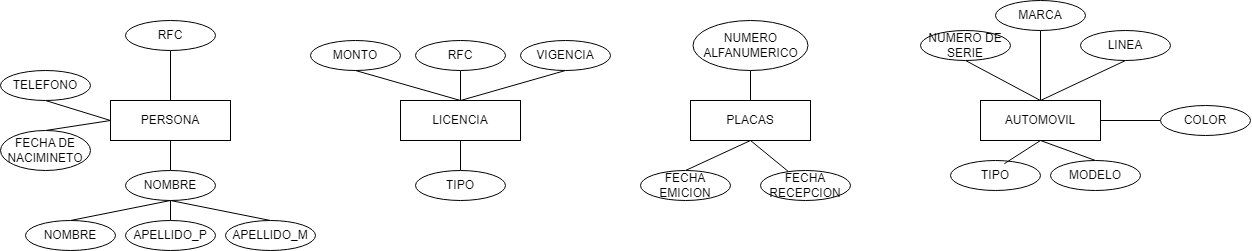
Melle23/Proyecto-BDA keeps this draw.io diagram as Diagramas/AgenciaFiscal.drawio.png. Above is the earlier version. Source tidied: cells renumbered, new cells last; positions are measured from the earlier drawing's top-left corner, leaving out a move shared by most shapes.
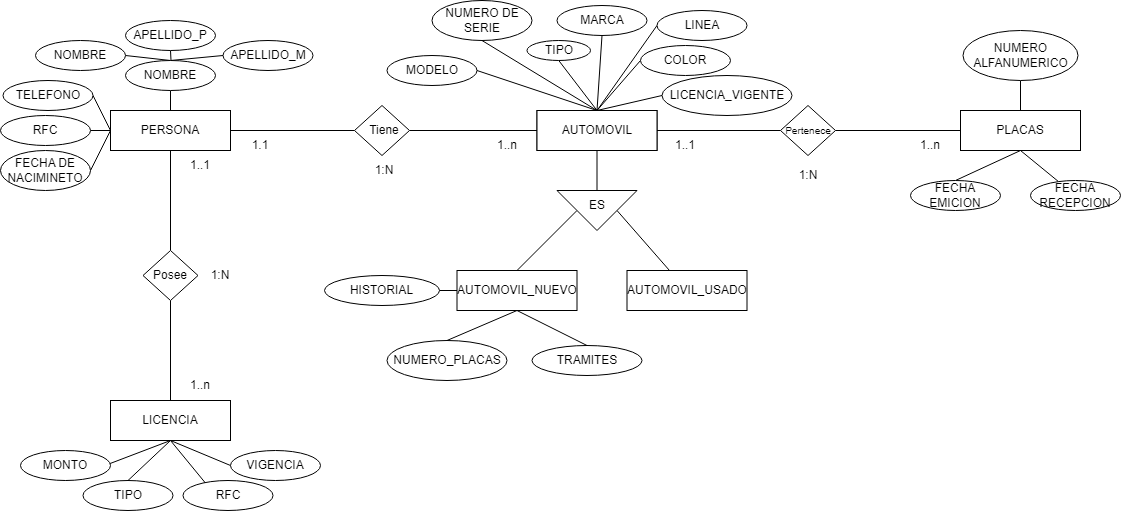
After the change.

Change to the diagram source:
```diff
@@ -7,12 +7,18 @@
     </mxCell>
-    <mxCell id="3" style="edgeStyle=orthogonalEdgeStyle;rounded=0;jettySize=auto;html=1;exitX=0.5;exitY=0;exitDx=0;exitDy=0;startArrow=none;startFill=0;endArrow=none;endFill=0;" parent="1" edge="1" source="5" target="14">
+    <mxCell id="3" style="rounded=0;jettySize=auto;html=1;exitX=0;exitY=0.5;exitDx=0;exitDy=0;startArrow=none;startFill=0;endArrow=none;endFill=0;" parent="1" edge="1" source="5" target="14">
       <mxGeometry relative="1" as="geometry" />
     </mxCell>
-    <mxCell id="4" style="rounded=0;jettySize=auto;html=1;exitX=0;exitY=0.5;exitDx=0;exitDy=0;entryX=0.5;entryY=1;entryDx=0;entryDy=0;startArrow=none;startFill=0;endArrow=none;endFill=0;" parent="1" edge="1" source="5" target="25">
+    <mxCell id="4" style="rounded=0;jettySize=auto;html=1;exitX=0;exitY=0.5;exitDx=0;exitDy=0;entryX=1;entryY=0.5;entryDx=0;entryDy=0;startArrow=none;startFill=0;endArrow=none;endFill=0;" parent="1" edge="1" source="5" target="25">
       <mxGeometry relative="1" as="geometry" />
     </mxCell>
+    <mxCell id="47" style="rounded=0;jettySize=auto;html=1;exitX=0.5;exitY=1;exitDx=0;exitDy=0;entryX=0.5;entryY=0;entryDx=0;entryDy=0;endArrow=none;endFill=0;" parent="1" edge="1" source="5" target="74">
+      <mxGeometry relative="1" as="geometry" />
+    </mxCell>
+    <mxCell id="48" style="rounded=0;jettySize=auto;html=1;exitX=1;exitY=0.5;exitDx=0;exitDy=0;endArrow=none;endFill=0;" parent="1" edge="1" source="5" target="76">
+      <mxGeometry relative="1" as="geometry" />
+    </mxCell>
     <mxCell id="5" value="PERSONA" style="rounded=0;whiteSpace=wrap;html=1;" parent="1" vertex="1">
-      <mxGeometry x="110" y="100" width="120" height="40" as="geometry" />
+      <mxGeometry x="220" y="110" width="120" height="40" as="geometry" />
     </mxCell>
-    <mxCell id="6" style="edgeStyle=orthogonalEdgeStyle;rounded=0;jettySize=auto;html=1;exitX=0.5;exitY=1;exitDx=0;exitDy=0;entryX=0.5;entryY=0;entryDx=0;entryDy=0;endArrow=none;endFill=0;" parent="1" edge="1" source="7" target="28">
+    <mxCell id="6" style="rounded=0;jettySize=auto;html=1;exitX=0.5;exitY=1;exitDx=0;exitDy=0;entryX=0.5;entryY=0;entryDx=0;entryDy=0;endArrow=none;endFill=0;" parent="1" edge="1" source="7" target="28">
       <mxGeometry relative="1" as="geometry" />
@@ -20,3 +26,3 @@
     <mxCell id="7" value="LICENCIA" style="rounded=0;whiteSpace=wrap;html=1;" parent="1" vertex="1">
-      <mxGeometry x="400" y="100" width="120" height="40" as="geometry" />
+      <mxGeometry x="220" y="400" width="120" height="40" as="geometry" />
     </mxCell>
@@ -29,45 +35,42 @@
     <mxCell id="10" value="PLACAS" style="rounded=0;whiteSpace=wrap;html=1;" parent="1" vertex="1">
-      <mxGeometry x="690" y="100" width="120" height="40" as="geometry" />
+      <mxGeometry x="1070" y="110" width="120" height="40" as="geometry" />
     </mxCell>
-    <mxCell id="11" style="rounded=0;jettySize=auto;html=1;exitX=1;exitY=0.5;exitDx=0;exitDy=0;entryX=0;entryY=0.5;entryDx=0;entryDy=0;endArrow=none;endFill=0;" parent="1" edge="1" source="13" target="43">
-      <mxGeometry relative="1" as="geometry" />
-    </mxCell>
-    <mxCell id="12" style="rounded=0;jettySize=auto;html=1;exitX=0.5;exitY=1;exitDx=0;exitDy=0;entryX=0.5;entryY=0;entryDx=0;entryDy=0;endArrow=none;endFill=0;" parent="1" edge="1" source="13" target="44">
-      <mxGeometry relative="1" as="geometry" />
-    </mxCell>
+    <mxCell id="49" style="edgeStyle=orthogonalEdgeStyle;rounded=0;jettySize=auto;html=1;exitX=0.5;exitY=1;exitDx=0;exitDy=0;entryX=0;entryY=0.5;entryDx=0;entryDy=0;endArrow=none;endFill=0;" parent="1" edge="1" source="13" target="59">
+      <mxGeometry relative="1" as="geometry" />
+    </mxCell>
     <mxCell id="13" value="AUTOMOVIL" style="rounded=0;whiteSpace=wrap;html=1;" parent="1" vertex="1">
-      <mxGeometry x="980" y="100" width="120" height="40" as="geometry" />
+      <mxGeometry x="646.5" y="110" width="120" height="40" as="geometry" />
     </mxCell>
     <mxCell id="14" value="RFC" style="ellipse;whiteSpace=wrap;html=1;" parent="1" vertex="1">
-      <mxGeometry x="125" y="20" width="90" height="30" as="geometry" />
+      <mxGeometry x="110" y="115" width="90" height="30" as="geometry" />
     </mxCell>
-    <mxCell id="15" style="edgeStyle=orthogonalEdgeStyle;rounded=0;jettySize=auto;html=1;exitX=0.5;exitY=0;exitDx=0;exitDy=0;entryX=0.5;entryY=1;entryDx=0;entryDy=0;endArrow=none;endFill=0;" parent="1" edge="1" source="18" target="5">
-      <mxGeometry relative="1" as="geometry" />
-    </mxCell>
-    <mxCell id="16" style="rounded=0;jettySize=auto;html=1;exitX=0.5;exitY=1;exitDx=0;exitDy=0;entryX=0.5;entryY=0;entryDx=0;entryDy=0;endArrow=none;endFill=0;" parent="1" edge="1" source="18" target="19">
+    <mxCell id="16" style="rounded=0;jettySize=auto;html=1;exitX=0.5;exitY=0;exitDx=0;exitDy=0;entryX=1;entryY=0.5;entryDx=0;entryDy=0;endArrow=none;endFill=0;" parent="1" edge="1" source="18" target="19">
       <mxGeometry relative="1" as="geometry" />
     </mxCell>
-    <mxCell id="17" style="rounded=0;jettySize=auto;html=1;exitX=0.5;exitY=1;exitDx=0;exitDy=0;entryX=0.5;entryY=0;entryDx=0;entryDy=0;endArrow=none;endFill=0;" parent="1" edge="1" source="18" target="22">
+    <mxCell id="17" style="rounded=0;jettySize=auto;html=1;exitX=0.5;exitY=0;exitDx=0;exitDy=0;entryX=0;entryY=0.5;entryDx=0;entryDy=0;endArrow=none;endFill=0;" parent="1" edge="1" source="18" target="22">
       <mxGeometry relative="1" as="geometry" />
     </mxCell>
+    <mxCell id="15" style="rounded=0;jettySize=auto;html=1;exitX=0.5;exitY=1;exitDx=0;exitDy=0;entryX=0.5;entryY=0;entryDx=0;entryDy=0;endArrow=none;endFill=0;" parent="1" edge="1" source="18" target="5">
+      <mxGeometry relative="1" as="geometry" />
+    </mxCell>
     <mxCell id="18" value="NOMBRE" style="ellipse;whiteSpace=wrap;html=1;" parent="1" vertex="1">
-      <mxGeometry x="125" y="170" width="90" height="30" as="geometry" />
+      <mxGeometry x="235" y="60" width="90" height="30" as="geometry" />
     </mxCell>
     <mxCell id="19" value="NOMBRE" style="ellipse;whiteSpace=wrap;html=1;" parent="1" vertex="1">
-      <mxGeometry x="25" y="220" width="90" height="30" as="geometry" />
+      <mxGeometry x="145" y="40" width="90" height="30" as="geometry" />
     </mxCell>
-    <mxCell id="20" style="edgeStyle=orthogonalEdgeStyle;rounded=0;jettySize=auto;html=1;exitX=0.5;exitY=0;exitDx=0;exitDy=0;endArrow=none;endFill=0;" parent="1" edge="1" source="21">
-      <mxGeometry relative="1" as="geometry">
-        <mxPoint x="170" y="200" as="targetPoint" />
-      </mxGeometry>
-    </mxCell>
+    <mxCell id="50" style="rounded=0;jettySize=auto;html=1;exitX=0.5;exitY=1;exitDx=0;exitDy=0;endArrow=none;endFill=0;" parent="1" edge="1" source="21">
+      <mxGeometry relative="1" as="geometry">
+        <mxPoint x="280.5" y="60" as="targetPoint" />
+      </mxGeometry>
+    </mxCell>
     <mxCell id="21" value="APELLIDO_P" style="ellipse;whiteSpace=wrap;html=1;" parent="1" vertex="1">
-      <mxGeometry x="125" y="220" width="90" height="30" as="geometry" />
+      <mxGeometry x="235" y="20" width="90" height="30" as="geometry" />
     </mxCell>
     <mxCell id="22" value="APELLIDO_M" style="ellipse;whiteSpace=wrap;html=1;" parent="1" vertex="1">
-      <mxGeometry x="225" y="220" width="90" height="30" as="geometry" />
+      <mxGeometry x="332.5" y="40" width="90" height="30" as="geometry" />
     </mxCell>
-    <mxCell id="23" style="rounded=0;jettySize=auto;html=1;exitX=0.5;exitY=0;exitDx=0;exitDy=0;startArrow=none;startFill=0;endArrow=none;endFill=0;" parent="1" edge="1" source="24">
+    <mxCell id="23" style="rounded=0;jettySize=auto;html=1;exitX=1;exitY=0.5;exitDx=0;exitDy=0;startArrow=none;startFill=0;endArrow=none;endFill=0;" parent="1" edge="1" source="24">
       <mxGeometry relative="1" as="geometry">
-        <mxPoint x="110" y="120" as="targetPoint" />
+        <mxPoint x="220" y="130" as="targetPoint" />
       </mxGeometry>
@@ -75,19 +78,17 @@
     <mxCell id="24" value="FECHA DE NACIMINETO" style="ellipse;whiteSpace=wrap;html=1;" parent="1" vertex="1">
-      <mxGeometry y="130" width="90" height="40" as="geometry" />
+      <mxGeometry x="110" y="150" width="90" height="40" as="geometry" />
     </mxCell>
     <mxCell id="25" value="TELEFONO" style="ellipse;whiteSpace=wrap;html=1;" parent="1" vertex="1">
-      <mxGeometry y="70" width="90" height="30" as="geometry" />
+      <mxGeometry x="112.5" y="80" width="90" height="30" as="geometry" />
     </mxCell>
-    <mxCell id="26" style="rounded=0;jettySize=auto;html=1;exitX=0.5;exitY=1;exitDx=0;exitDy=0;endArrow=none;endFill=0;" parent="1" edge="1" source="27">
-      <mxGeometry relative="1" as="geometry">
-        <mxPoint x="460" y="100" as="targetPoint" />
-      </mxGeometry>
+    <mxCell id="26" style="rounded=0;jettySize=auto;html=1;exitX=0.5;exitY=1;exitDx=0;exitDy=0;endArrow=none;endFill=0;entryX=0.5;entryY=1;entryDx=0;entryDy=0;" parent="1" edge="1" source="27" target="7">
+      <mxGeometry relative="1" as="geometry" />
     </mxCell>
     <mxCell id="27" value="RFC" style="ellipse;whiteSpace=wrap;html=1;" parent="1" vertex="1">
-      <mxGeometry x="415" y="40" width="90" height="30" as="geometry" />
+      <mxGeometry x="292.5" y="480" width="90" height="30" as="geometry" />
     </mxCell>
     <mxCell id="28" value="TIPO" style="ellipse;whiteSpace=wrap;html=1;" parent="1" vertex="1">
-      <mxGeometry x="415" y="170" width="90" height="30" as="geometry" />
+      <mxGeometry x="192.5" y="480" width="90" height="30" as="geometry" />
     </mxCell>
-    <mxCell id="29" style="rounded=0;jettySize=auto;html=1;exitX=0.5;exitY=1;exitDx=0;exitDy=0;entryX=0.5;entryY=0;entryDx=0;entryDy=0;endArrow=none;endFill=0;" parent="1" edge="1" source="30" target="7">
+    <mxCell id="29" style="rounded=0;jettySize=auto;html=1;entryX=0.5;entryY=1;entryDx=0;entryDy=0;endArrow=none;endFill=0;exitX=0;exitY=0.5;exitDx=0;exitDy=0;" parent="1" edge="1" source="30" target="7">
       <mxGeometry relative="1" as="geometry" />
@@ -95,5 +96,5 @@
     <mxCell id="30" value="VIGENCIA" style="ellipse;whiteSpace=wrap;html=1;" parent="1" vertex="1">
-      <mxGeometry x="520" y="40" width="90" height="30" as="geometry" />
+      <mxGeometry x="340" y="450" width="90" height="30" as="geometry" />
     </mxCell>
-    <mxCell id="31" style="rounded=0;jettySize=auto;html=1;exitX=0.5;exitY=1;exitDx=0;exitDy=0;endArrow=none;endFill=0;entryX=0.5;entryY=0;entryDx=0;entryDy=0;" parent="1" edge="1" source="32" target="7">
+    <mxCell id="31" style="rounded=0;jettySize=auto;html=1;exitX=0.5;exitY=1;exitDx=0;exitDy=0;endArrow=none;endFill=0;entryX=0.5;entryY=1;entryDx=0;entryDy=0;" parent="1" edge="1" source="32" target="7">
       <mxGeometry relative="1" as="geometry" />
@@ -101,3 +102,3 @@
     <mxCell id="32" value="MONTO" style="ellipse;whiteSpace=wrap;html=1;" parent="1" vertex="1">
-      <mxGeometry x="310" y="40" width="90" height="30" as="geometry" />
+      <mxGeometry x="130" y="450" width="90" height="30" as="geometry" />
     </mxCell>
@@ -107,44 +108,154 @@
     <mxCell id="34" value="NUMERO ALFANUMERICO" style="ellipse;whiteSpace=wrap;html=1;" parent="1" vertex="1">
-      <mxGeometry x="692.5" y="20" width="115" height="50" as="geometry" />
+      <mxGeometry x="1072.5" y="30" width="115" height="50" as="geometry" />
     </mxCell>
     <mxCell id="35" value="FECHA EMICION" style="ellipse;whiteSpace=wrap;html=1;" parent="1" vertex="1">
-      <mxGeometry x="640" y="170" width="90" height="30" as="geometry" />
+      <mxGeometry x="1020" y="180" width="90" height="30" as="geometry" />
     </mxCell>
     <mxCell id="36" value="FECHA RECEPCION" style="ellipse;whiteSpace=wrap;html=1;" parent="1" vertex="1">
-      <mxGeometry x="760" y="170" width="90" height="30" as="geometry" />
+      <mxGeometry x="1140" y="180" width="90" height="30" as="geometry" />
     </mxCell>
-    <mxCell id="37" style="rounded=0;jettySize=auto;html=1;exitX=0.5;exitY=1;exitDx=0;exitDy=0;entryX=0.5;entryY=0;entryDx=0;entryDy=0;endArrow=none;endFill=0;" parent="1" edge="1" source="38" target="13">
-      <mxGeometry relative="1" as="geometry" />
-    </mxCell>
+    <mxCell id="51" style="rounded=0;jettySize=auto;html=1;exitX=0.5;exitY=1;exitDx=0;exitDy=0;endArrow=none;endFill=0;" parent="1" edge="1" source="38">
+      <mxGeometry relative="1" as="geometry">
+        <mxPoint x="706.5" y="110" as="targetPoint" />
+      </mxGeometry>
+    </mxCell>
     <mxCell id="38" value="NUMERO DE SERIE" style="ellipse;whiteSpace=wrap;html=1;" parent="1" vertex="1">
-      <mxGeometry x="920" y="30" width="90" height="30" as="geometry" />
+      <mxGeometry x="541.5" width="100" height="40" as="geometry" />
     </mxCell>
-    <mxCell id="39" style="rounded=0;jettySize=auto;html=1;exitX=0.5;exitY=1;exitDx=0;exitDy=0;endArrow=none;endFill=0;" parent="1" edge="1" source="40">
-      <mxGeometry relative="1" as="geometry">
-        <mxPoint x="1040" y="100" as="targetPoint" />
-      </mxGeometry>
-    </mxCell>
+    <mxCell id="52" style="rounded=0;jettySize=auto;html=1;exitX=0.5;exitY=1;exitDx=0;exitDy=0;entryX=0.5;entryY=0;entryDx=0;entryDy=0;endArrow=none;endFill=0;" parent="1" edge="1" source="40" target="62">
+      <mxGeometry relative="1" as="geometry" />
+    </mxCell>
     <mxCell id="40" value="MARCA" style="ellipse;whiteSpace=wrap;html=1;" parent="1" vertex="1">
-      <mxGeometry x="995" width="90" height="30" as="geometry" />
+      <mxGeometry x="666.5" y="5" width="90" height="30" as="geometry" />
     </mxCell>
-    <mxCell id="41" style="rounded=0;jettySize=auto;html=1;exitX=0.5;exitY=1;exitDx=0;exitDy=0;endArrow=none;endFill=0;" parent="1" edge="1" source="42">
-      <mxGeometry relative="1" as="geometry">
-        <mxPoint x="1040" y="100" as="targetPoint" />
-      </mxGeometry>
-    </mxCell>
+    <mxCell id="53" style="rounded=0;jettySize=auto;html=1;exitX=0;exitY=0.5;exitDx=0;exitDy=0;entryX=0.5;entryY=0;entryDx=0;entryDy=0;endArrow=none;endFill=0;" parent="1" edge="1" source="42" target="62">
+      <mxGeometry relative="1" as="geometry" />
+    </mxCell>
     <mxCell id="42" value="LINEA" style="ellipse;whiteSpace=wrap;html=1;" parent="1" vertex="1">
-      <mxGeometry x="1080" y="30" width="90" height="30" as="geometry" />
+      <mxGeometry x="766.5" y="10" width="90" height="30" as="geometry" />
     </mxCell>
+    <mxCell id="54" style="rounded=0;jettySize=auto;html=1;exitX=0;exitY=0.5;exitDx=0;exitDy=0;endArrow=none;endFill=0;entryX=0.5;entryY=0;entryDx=0;entryDy=0;" parent="1" edge="1" source="43" target="62">
+      <mxGeometry relative="1" as="geometry" />
+    </mxCell>
     <mxCell id="43" value="COLOR" style="ellipse;whiteSpace=wrap;html=1;" parent="1" vertex="1">
-      <mxGeometry x="1160" y="105" width="90" height="30" as="geometry" />
+      <mxGeometry x="750" y="45" width="90" height="30" as="geometry" />
     </mxCell>
+    <mxCell id="55" style="rounded=0;jettySize=auto;html=1;exitX=1;exitY=0.5;exitDx=0;exitDy=0;entryX=0.5;entryY=0;entryDx=0;entryDy=0;endArrow=none;endFill=0;" parent="1" edge="1" source="44" target="62">
+      <mxGeometry relative="1" as="geometry" />
+    </mxCell>
     <mxCell id="44" value="MODELO" style="ellipse;whiteSpace=wrap;html=1;" parent="1" vertex="1">
-      <mxGeometry x="1050" y="160" width="90" height="30" as="geometry" />
+      <mxGeometry x="496.5" y="55" width="90" height="30" as="geometry" />
     </mxCell>
+    <mxCell id="56" style="rounded=0;jettySize=auto;html=1;exitX=0.5;exitY=1;exitDx=0;exitDy=0;endArrow=none;endFill=0;" parent="1" edge="1" source="45">
+      <mxGeometry relative="1" as="geometry">
+        <mxPoint x="706.5" y="110" as="targetPoint" />
+      </mxGeometry>
+    </mxCell>
     <mxCell id="45" value="TIPO" style="ellipse;whiteSpace=wrap;html=1;" parent="1" vertex="1">
-      <mxGeometry x="950" y="160" width="90" height="30" as="geometry" />
+      <mxGeometry x="636.5" y="40" width="63.5" height="20" as="geometry" />
     </mxCell>
-    <mxCell id="46" style="rounded=0;jettySize=auto;html=1;exitX=0.5;exitY=1;exitDx=0;exitDy=0;entryX=0.598;entryY=0.107;entryDx=0;entryDy=0;entryPerimeter=0;endArrow=none;endFill=0;" parent="1" edge="1" source="13" target="45">
-      <mxGeometry relative="1" as="geometry" />
-    </mxCell>
+    <mxCell id="57" style="rounded=0;jettySize=auto;html=1;exitX=0.5;exitY=1;exitDx=0;exitDy=0;entryX=0.5;entryY=0;entryDx=0;entryDy=0;endArrow=none;endFill=0;" parent="1" edge="1" source="59" target="63">
+      <mxGeometry relative="1" as="geometry" />
+    </mxCell>
+    <mxCell id="58" style="rounded=0;jettySize=auto;html=1;exitX=0.5;exitY=0;exitDx=0;exitDy=0;endArrow=none;endFill=0;" parent="1" edge="1" source="59" target="64">
+      <mxGeometry relative="1" as="geometry" />
+    </mxCell>
+    <mxCell id="59" style="triangle;whiteSpace=wrap;html=1;rotation=90;" parent="1" vertex="1">
+      <mxGeometry x="686.5" y="170" width="40" height="80" as="geometry" />
+    </mxCell>
+    <mxCell id="60" value="ES" style="text;html=1;align=center;verticalAlign=middle;whiteSpace=wrap;rounded=0;" parent="1" vertex="1">
+      <mxGeometry x="676.5" y="190" width="60" height="30" as="geometry" />
+    </mxCell>
+    <mxCell id="61" style="rounded=0;jettySize=auto;html=1;exitX=1;exitY=0.5;exitDx=0;exitDy=0;entryX=0;entryY=0.5;entryDx=0;entryDy=0;endArrow=none;endFill=0;" parent="1" edge="1" source="62" target="78">
+      <mxGeometry relative="1" as="geometry" />
+    </mxCell>
+    <mxCell id="62" value="AUTOMOVIL" style="rounded=0;whiteSpace=wrap;html=1;" parent="1" vertex="1">
+      <mxGeometry x="646.5" y="110" width="120" height="40" as="geometry" />
+    </mxCell>
+    <mxCell id="63" value="AUTOMOVIL_NUEVO" style="rounded=0;whiteSpace=wrap;html=1;" parent="1" vertex="1">
+      <mxGeometry x="566.5" y="270" width="120" height="40" as="geometry" />
+    </mxCell>
+    <mxCell id="64" value="AUTOMOVIL_USADO" style="rounded=0;whiteSpace=wrap;html=1;" parent="1" vertex="1">
+      <mxGeometry x="736.5" y="270" width="120" height="40" as="geometry" />
+    </mxCell>
+    <mxCell id="65" style="rounded=0;jettySize=auto;html=1;exitX=0;exitY=0.5;exitDx=0;exitDy=0;endArrow=none;endFill=0;entryX=0.5;entryY=0;entryDx=0;entryDy=0;" parent="1" edge="1" source="66" target="62">
+      <mxGeometry relative="1" as="geometry" />
+    </mxCell>
+    <mxCell id="66" value="LICENCIA_VIGENTE" style="ellipse;whiteSpace=wrap;html=1;" parent="1" vertex="1">
+      <mxGeometry x="771.5" y="75" width="130" height="40" as="geometry" />
+    </mxCell>
+    <mxCell id="67" style="rounded=0;jettySize=auto;html=1;exitX=0.5;exitY=0;exitDx=0;exitDy=0;entryX=0.5;entryY=1;entryDx=0;entryDy=0;endArrow=none;endFill=0;" parent="1" edge="1" source="68" target="63">
+      <mxGeometry relative="1" as="geometry" />
+    </mxCell>
+    <mxCell id="68" value="NUMERO_PLACAS" style="ellipse;whiteSpace=wrap;html=1;" parent="1" vertex="1">
+      <mxGeometry x="496.5" y="340" width="120" height="40" as="geometry" />
+    </mxCell>
+    <mxCell id="69" style="rounded=0;jettySize=auto;html=1;exitX=1;exitY=0.5;exitDx=0;exitDy=0;entryX=0;entryY=0.5;entryDx=0;entryDy=0;endArrow=none;endFill=0;" parent="1" edge="1" source="70" target="63">
+      <mxGeometry relative="1" as="geometry" />
+    </mxCell>
+    <mxCell id="70" value="HISTORIAL" style="ellipse;whiteSpace=wrap;html=1;" parent="1" vertex="1">
+      <mxGeometry x="434" y="275" width="115" height="30" as="geometry" />
+    </mxCell>
+    <mxCell id="71" style="rounded=0;jettySize=auto;html=1;exitX=0.5;exitY=0;exitDx=0;exitDy=0;endArrow=none;endFill=0;" parent="1" edge="1" source="72">
+      <mxGeometry relative="1" as="geometry">
+        <mxPoint x="626.5" y="310" as="targetPoint" />
+      </mxGeometry>
+    </mxCell>
+    <mxCell id="72" value="TRAMITES" style="ellipse;whiteSpace=wrap;html=1;" parent="1" vertex="1">
+      <mxGeometry x="641.5" y="345" width="110" height="30" as="geometry" />
+    </mxCell>
+    <mxCell id="73" style="rounded=0;jettySize=auto;html=1;exitX=0.5;exitY=1;exitDx=0;exitDy=0;entryX=0.5;entryY=0;entryDx=0;entryDy=0;endArrow=none;endFill=0;" parent="1" edge="1" source="74" target="7">
+      <mxGeometry relative="1" as="geometry" />
+    </mxCell>
+    <mxCell id="74" style="rhombus;whiteSpace=wrap;html=1;" parent="1" vertex="1">
+      <mxGeometry x="252.5" y="250" width="55" height="50" as="geometry" />
+    </mxCell>
+    <mxCell id="75" style="rounded=0;jettySize=auto;html=1;exitX=1;exitY=0.5;exitDx=0;exitDy=0;entryX=0;entryY=0.5;entryDx=0;entryDy=0;endArrow=none;endFill=0;" parent="1" edge="1" source="76" target="62">
+      <mxGeometry relative="1" as="geometry" />
+    </mxCell>
+    <mxCell id="76" style="rhombus;whiteSpace=wrap;html=1;" parent="1" vertex="1">
+      <mxGeometry x="464" y="105" width="55" height="50" as="geometry" />
+    </mxCell>
+    <mxCell id="77" style="rounded=0;jettySize=auto;html=1;exitX=1;exitY=0.5;exitDx=0;exitDy=0;endArrow=none;endFill=0;" parent="1" edge="1" source="78" target="10">
+      <mxGeometry relative="1" as="geometry" />
+    </mxCell>
+    <mxCell id="78" style="rhombus;whiteSpace=wrap;html=1;" parent="1" vertex="1">
+      <mxGeometry x="890" y="105" width="55" height="50" as="geometry" />
+    </mxCell>
+    <mxCell id="79" value="Posee" style="text;html=1;align=center;verticalAlign=middle;whiteSpace=wrap;rounded=0;" parent="1" vertex="1">
+      <mxGeometry x="250" y="260" width="60" height="30" as="geometry" />
+    </mxCell>
+    <mxCell id="80" value="1..n" style="text;html=1;align=center;verticalAlign=middle;whiteSpace=wrap;rounded=0;" parent="1" vertex="1">
+      <mxGeometry x="280" y="370" width="60" height="30" as="geometry" />
+    </mxCell>
+    <mxCell id="81" value="1..1" style="text;html=1;align=center;verticalAlign=middle;whiteSpace=wrap;rounded=0;" parent="1" vertex="1">
+      <mxGeometry x="280" y="150" width="60" height="30" as="geometry" />
+    </mxCell>
+    <mxCell id="82" value="1:N" style="text;html=1;align=center;verticalAlign=middle;whiteSpace=wrap;rounded=0;" parent="1" vertex="1">
+      <mxGeometry x="300" y="260" width="60" height="30" as="geometry" />
+    </mxCell>
+    <mxCell id="83" value="Tiene" style="text;html=1;align=center;verticalAlign=middle;whiteSpace=wrap;rounded=0;" parent="1" vertex="1">
+      <mxGeometry x="464" y="115" width="60" height="30" as="geometry" />
+    </mxCell>
+    <mxCell id="84" value="1..n" style="text;html=1;align=center;verticalAlign=middle;whiteSpace=wrap;rounded=0;" parent="1" vertex="1">
+      <mxGeometry x="586.5" y="130" width="60" height="30" as="geometry" />
+    </mxCell>
+    <mxCell id="85" value="1.1" style="text;html=1;align=center;verticalAlign=middle;whiteSpace=wrap;rounded=0;" parent="1" vertex="1">
+      <mxGeometry x="340" y="130" width="60" height="30" as="geometry" />
+    </mxCell>
+    <mxCell id="86" value="1:N" style="text;html=1;align=center;verticalAlign=middle;whiteSpace=wrap;rounded=0;" parent="1" vertex="1">
+      <mxGeometry x="464" y="155" width="60" height="30" as="geometry" />
+    </mxCell>
+    <mxCell id="87" value="1..n" style="text;html=1;align=center;verticalAlign=middle;whiteSpace=wrap;rounded=0;" parent="1" vertex="1">
+      <mxGeometry x="1010" y="130" width="60" height="30" as="geometry" />
+    </mxCell>
+    <mxCell id="88" value="1..1" style="text;html=1;align=center;verticalAlign=middle;whiteSpace=wrap;rounded=0;" parent="1" vertex="1">
+      <mxGeometry x="765" y="130" width="60" height="30" as="geometry" />
+    </mxCell>
+    <mxCell id="89" value="1:N" style="text;html=1;align=center;verticalAlign=middle;whiteSpace=wrap;rounded=0;" parent="1" vertex="1">
+      <mxGeometry x="887.5" y="160" width="60" height="30" as="geometry" />
+    </mxCell>
+    <mxCell id="90" value="&lt;font style=&quot;font-size: 10px;&quot;&gt;Pertenece&lt;/font&gt;" style="text;html=1;align=center;verticalAlign=middle;whiteSpace=wrap;rounded=0;" parent="1" vertex="1">
+      <mxGeometry x="887.5" y="115" width="60" height="30" as="geometry" />
+    </mxCell>
   </root>
```
